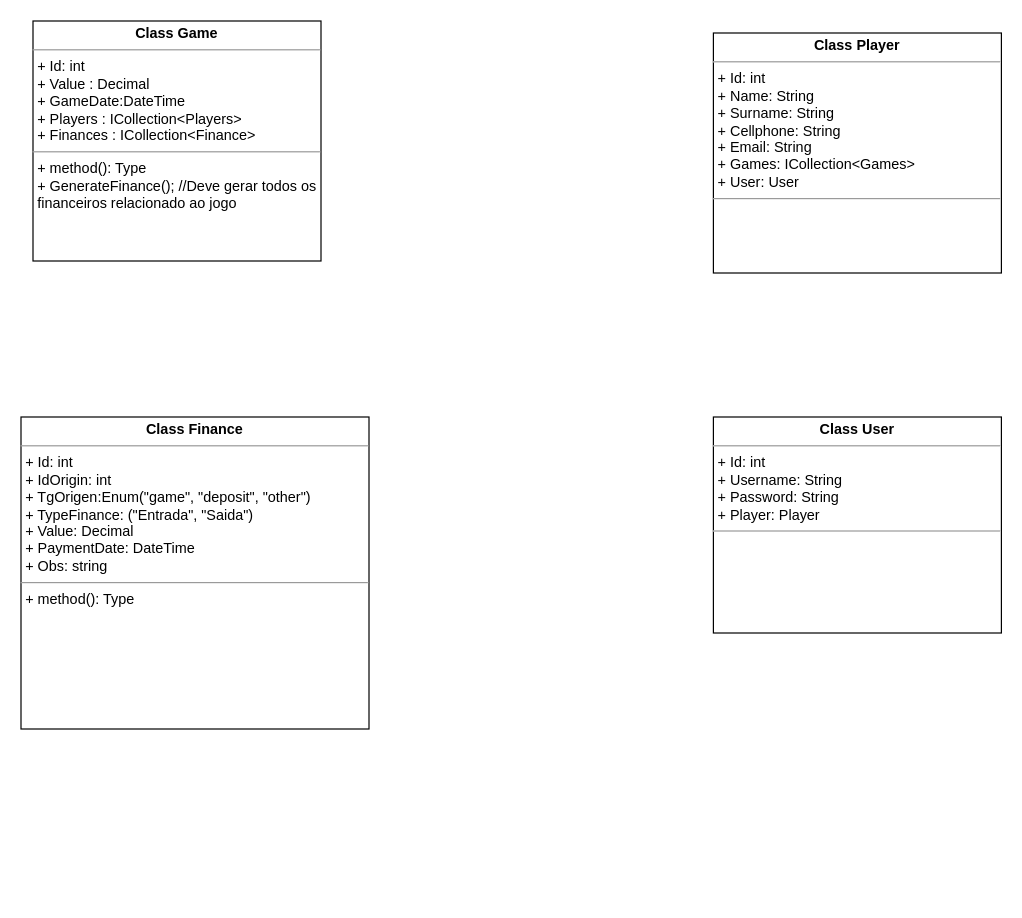
The draw.io diagram Diagrama sem nome.drawio in FeehAvelar/SoccerManagement, before the edit. Source tidied: cells renumbered, new cells numbered last; positions are measured from the earlier drawing's top-left corner, leaving out a move shared by most shapes. Both pictures are drawn from the tidied source at 120%, with x=0, y=0 at pixel (20, 20).
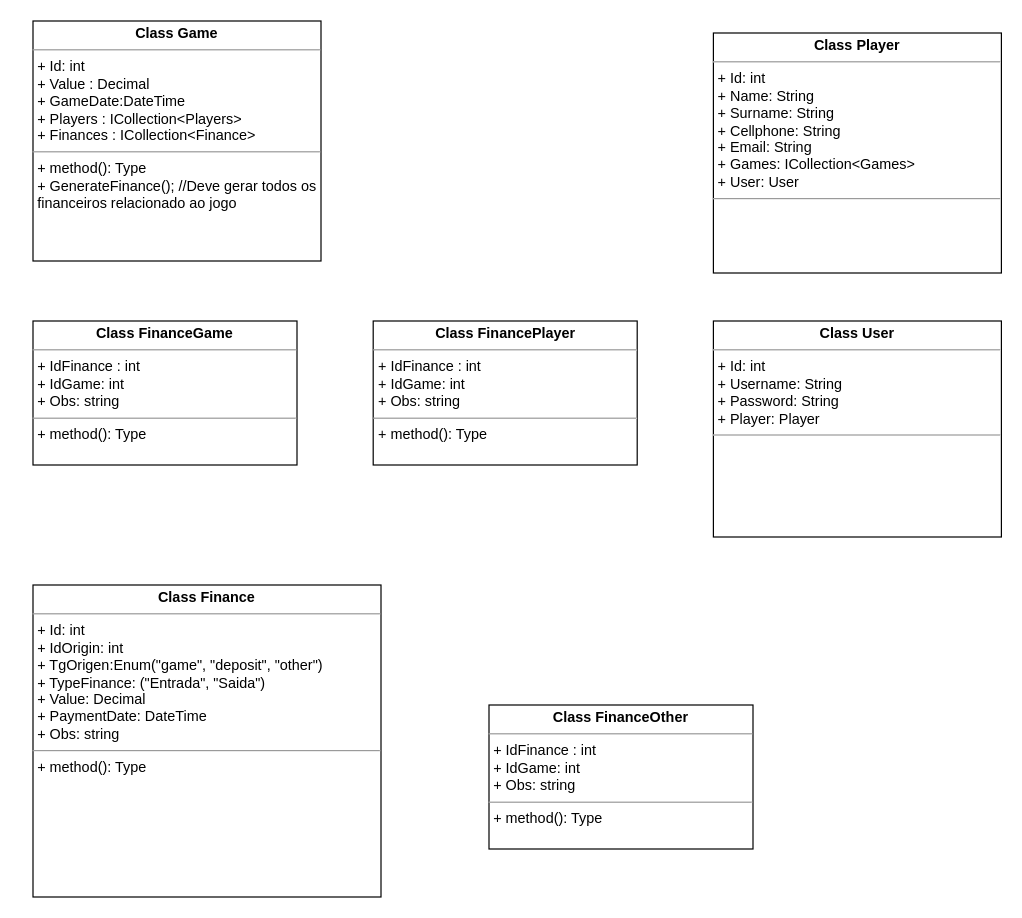
The same page after the edit.

What changed in the source:
```diff
@@
 <mxGraphModel>
   <root>
     <mxCell id="0" />
     <mxCell id="1" parent="0" />
     <mxCell id="2" value="&lt;p style=&quot;margin:0px;margin-top:4px;text-align:center;&quot;&gt;&lt;b&gt;Class Game&lt;/b&gt;&lt;/p&gt;&lt;hr size=&quot;1&quot;&gt;&lt;p style=&quot;margin:0px;margin-left:4px;&quot;&gt;+ Id: int&lt;/p&gt;&lt;p style=&quot;margin:0px;margin-left:4px;&quot;&gt;+ Value : Decimal&lt;/p&gt;&lt;p style=&quot;margin:0px;margin-left:4px;&quot;&gt;+ GameDate:DateTime&lt;/p&gt;&lt;p style=&quot;margin:0px;margin-left:4px;&quot;&gt;+ Players : ICollection&amp;lt;Players&amp;gt;&lt;/p&gt;&lt;p style=&quot;margin:0px;margin-left:4px;&quot;&gt;+ Finances : ICollection&amp;lt;Finance&amp;gt;&lt;/p&gt;&lt;hr size=&quot;1&quot;&gt;&lt;p style=&quot;margin:0px;margin-left:4px;&quot;&gt;+ method(): Type&lt;/p&gt;&lt;p style=&quot;margin:0px;margin-left:4px;&quot;&gt;+ GenerateFinance(); //Deve gerar todos os financeiros relacionado ao jogo&lt;/p&gt;&lt;p style=&quot;margin:0px;margin-left:4px;&quot;&gt;&lt;br&gt;&lt;/p&gt;&lt;p style=&quot;margin:0px;margin-left:4px;&quot;&gt;&lt;br&gt;&lt;/p&gt;" style="verticalAlign=top;align=left;overflow=fill;fontSize=12;fontFamily=Helvetica;html=1;whiteSpace=wrap;" parent="1" vertex="1">
       <mxGeometry x="10" width="240" height="200" as="geometry" />
     </mxCell>
     <mxCell id="3" value="&lt;p style=&quot;margin:0px;margin-top:4px;text-align:center;&quot;&gt;&lt;b&gt;Class Finance&lt;/b&gt;&lt;/p&gt;&lt;hr size=&quot;1&quot;&gt;&lt;p style=&quot;margin:0px;margin-left:4px;&quot;&gt;+ Id: int&lt;/p&gt;&lt;p style=&quot;margin:0px;margin-left:4px;&quot;&gt;+ IdOrigin: int&lt;/p&gt;&lt;p style=&quot;margin:0px;margin-left:4px;&quot;&gt;+ TgOrigen:Enum(&quot;game&quot;, &quot;deposit&quot;, &quot;other&quot;)&lt;/p&gt;&lt;p style=&quot;margin:0px;margin-left:4px;&quot;&gt;+ TypeFinance: (&quot;Entrada&quot;, &quot;Saida&quot;)&lt;/p&gt;&lt;p style=&quot;margin:0px;margin-left:4px;&quot;&gt;+ Value: Decimal&lt;/p&gt;&lt;p style=&quot;margin:0px;margin-left:4px;&quot;&gt;+ PaymentDate: DateTime&lt;/p&gt;&lt;p style=&quot;margin:0px;margin-left:4px;&quot;&gt;+ Obs: s&lt;span style=&quot;background-color: initial;&quot;&gt;tring&lt;/span&gt;&lt;/p&gt;&lt;hr size=&quot;1&quot;&gt;&lt;p style=&quot;margin:0px;margin-left:4px;&quot;&gt;+ method(): Type&lt;/p&gt;" style="verticalAlign=top;align=left;overflow=fill;fontSize=12;fontFamily=Helvetica;html=1;whiteSpace=wrap;" parent="1" vertex="1">
-      <mxGeometry y="330" width="290" height="260" as="geometry" />
+      <mxGeometry x="10" y="470" width="290" height="260" as="geometry" />
     </mxCell>
     <mxCell id="4" value="&lt;p style=&quot;margin:0px;margin-top:4px;text-align:center;&quot;&gt;&lt;b&gt;Class Player&lt;/b&gt;&lt;/p&gt;&lt;hr size=&quot;1&quot;&gt;&lt;p style=&quot;margin:0px;margin-left:4px;&quot;&gt;+ Id: int&lt;/p&gt;&lt;p style=&quot;margin:0px;margin-left:4px;&quot;&gt;+ Name: String&lt;/p&gt;&lt;p style=&quot;margin:0px;margin-left:4px;&quot;&gt;+ Surname: String&lt;/p&gt;&lt;p style=&quot;margin:0px;margin-left:4px;&quot;&gt;+ Cellphone: String&lt;/p&gt;&lt;p style=&quot;margin:0px;margin-left:4px;&quot;&gt;+ Email: String&lt;/p&gt;&lt;p style=&quot;margin:0px;margin-left:4px;&quot;&gt;+ Games: ICollection&amp;lt;Games&amp;gt;&lt;/p&gt;&lt;p style=&quot;margin:0px;margin-left:4px;&quot;&gt;&lt;span style=&quot;background-color: initial;&quot;&gt;+ User: User&lt;/span&gt;&lt;br&gt;&lt;/p&gt;&lt;hr size=&quot;1&quot;&gt;&lt;p style=&quot;margin:0px;margin-left:4px;&quot;&gt;&lt;br&gt;&lt;/p&gt;" style="verticalAlign=top;align=left;overflow=fill;fontSize=12;fontFamily=Helvetica;html=1;whiteSpace=wrap;" parent="1" vertex="1">
       <mxGeometry x="577" y="10" width="240" height="200" as="geometry" />
     </mxCell>
     <mxCell id="5" value="&lt;p style=&quot;margin:0px;margin-top:4px;text-align:center;&quot;&gt;&lt;b&gt;Class User&lt;/b&gt;&lt;/p&gt;&lt;hr size=&quot;1&quot;&gt;&lt;p style=&quot;margin:0px;margin-left:4px;&quot;&gt;+ Id: int&lt;/p&gt;&lt;p style=&quot;margin:0px;margin-left:4px;&quot;&gt;+ Username: String&lt;/p&gt;&lt;p style=&quot;margin:0px;margin-left:4px;&quot;&gt;+ Password: String&lt;/p&gt;&lt;p style=&quot;margin:0px;margin-left:4px;&quot;&gt;&lt;span style=&quot;background-color: initial;&quot;&gt;+ Player: Player&lt;/span&gt;&lt;/p&gt;&lt;hr size=&quot;1&quot;&gt;&lt;p style=&quot;margin:0px;margin-left:4px;&quot;&gt;&lt;br&gt;&lt;/p&gt;" style="verticalAlign=top;align=left;overflow=fill;fontSize=12;fontFamily=Helvetica;html=1;whiteSpace=wrap;" parent="1" vertex="1">
-      <mxGeometry x="577" y="330" width="240" height="180" as="geometry" />
+      <mxGeometry x="577" y="250" width="240" height="180" as="geometry" />
     </mxCell>
+    <mxCell id="6" value="&lt;p style=&quot;margin:0px;margin-top:4px;text-align:center;&quot;&gt;&lt;b&gt;Class FinanceGame&lt;/b&gt;&lt;/p&gt;&lt;hr size=&quot;1&quot;&gt;&lt;p style=&quot;margin:0px;margin-left:4px;&quot;&gt;+ IdFinance : int&lt;/p&gt;&lt;p style=&quot;margin:0px;margin-left:4px;&quot;&gt;+ IdGame: int&lt;/p&gt;&lt;p style=&quot;margin:0px;margin-left:4px;&quot;&gt;&lt;span style=&quot;background-color: initial;&quot;&gt;+ Obs: s&lt;/span&gt;&lt;span style=&quot;background-color: initial;&quot;&gt;tring&lt;/span&gt;&lt;br&gt;&lt;/p&gt;&lt;hr size=&quot;1&quot;&gt;&lt;p style=&quot;margin:0px;margin-left:4px;&quot;&gt;+ method(): Type&lt;/p&gt;" style="verticalAlign=top;align=left;overflow=fill;fontSize=12;fontFamily=Helvetica;html=1;whiteSpace=wrap;" parent="1" vertex="1">
+      <mxGeometry x="10" y="250" width="220" height="120" as="geometry" />
+    </mxCell>
+    <mxCell id="7" value="&lt;p style=&quot;margin:0px;margin-top:4px;text-align:center;&quot;&gt;&lt;b&gt;Class FinancePlayer&lt;/b&gt;&lt;/p&gt;&lt;hr size=&quot;1&quot;&gt;&lt;p style=&quot;margin:0px;margin-left:4px;&quot;&gt;+ IdFinance : int&lt;/p&gt;&lt;p style=&quot;margin:0px;margin-left:4px;&quot;&gt;+ IdGame: int&lt;/p&gt;&lt;p style=&quot;margin:0px;margin-left:4px;&quot;&gt;&lt;span style=&quot;background-color: initial;&quot;&gt;+ Obs: s&lt;/span&gt;&lt;span style=&quot;background-color: initial;&quot;&gt;tring&lt;/span&gt;&lt;br&gt;&lt;/p&gt;&lt;hr size=&quot;1&quot;&gt;&lt;p style=&quot;margin:0px;margin-left:4px;&quot;&gt;+ method(): Type&lt;/p&gt;" style="verticalAlign=top;align=left;overflow=fill;fontSize=12;fontFamily=Helvetica;html=1;whiteSpace=wrap;" parent="1" vertex="1">
+      <mxGeometry x="293.5" y="250" width="220" height="120" as="geometry" />
+    </mxCell>
+    <mxCell id="8" value="&lt;p style=&quot;margin:0px;margin-top:4px;text-align:center;&quot;&gt;&lt;b&gt;Class FinanceOther&lt;/b&gt;&lt;/p&gt;&lt;hr size=&quot;1&quot;&gt;&lt;p style=&quot;margin:0px;margin-left:4px;&quot;&gt;+ IdFinance : int&lt;/p&gt;&lt;p style=&quot;margin:0px;margin-left:4px;&quot;&gt;+ IdGame: int&lt;/p&gt;&lt;p style=&quot;margin:0px;margin-left:4px;&quot;&gt;&lt;span style=&quot;background-color: initial;&quot;&gt;+ Obs: s&lt;/span&gt;&lt;span style=&quot;background-color: initial;&quot;&gt;tring&lt;/span&gt;&lt;br&gt;&lt;/p&gt;&lt;hr size=&quot;1&quot;&gt;&lt;p style=&quot;margin:0px;margin-left:4px;&quot;&gt;+ method(): Type&lt;/p&gt;" style="verticalAlign=top;align=left;overflow=fill;fontSize=12;fontFamily=Helvetica;html=1;whiteSpace=wrap;" parent="1" vertex="1">
+      <mxGeometry x="390" y="570" width="220" height="120" as="geometry" />
+    </mxCell>
   </root>
 </mxGraphModel>
```
